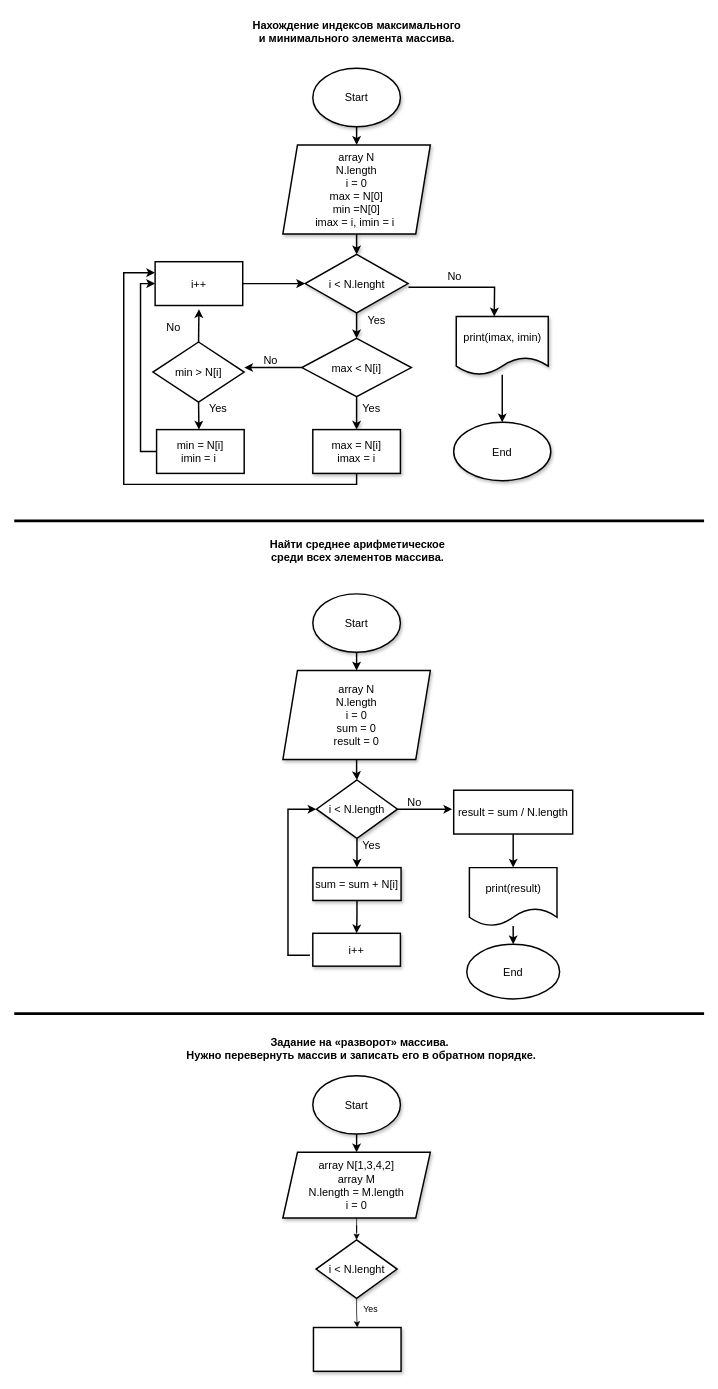
RuWebMan/My-diagram keeps this draw.io diagram as ДЗ№2.drawio. Above is the earlier version. Source tidied: cells renumbered, new cells numbered last; positions are measured from the earlier drawing's top-left corner, leaving out a move shared by most shapes. Both pictures are drawn from the tidied source at 73%, with x=0, y=0 at pixel (14, 12).
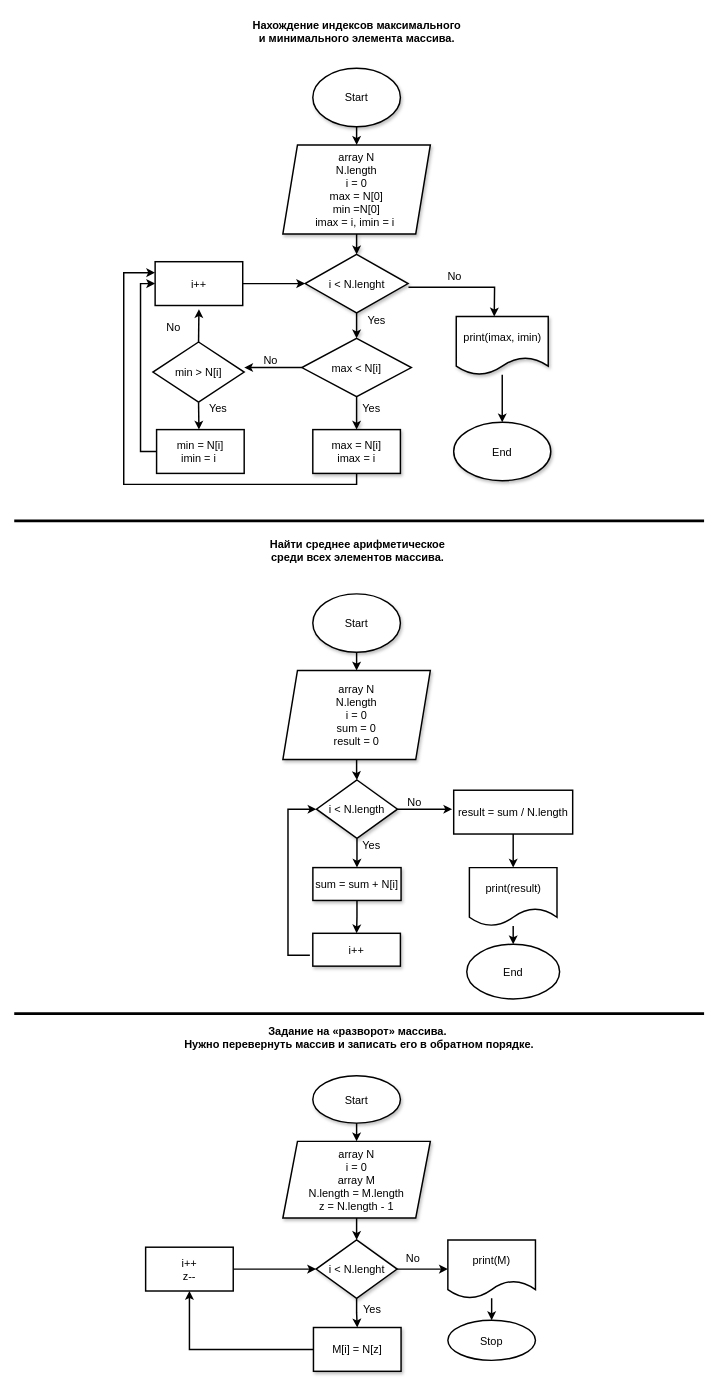
The same page after the edit.

Unchanged cells that the change refers to:
```xml
<mxCell id="58" value="i &amp;lt; N.lenght" style="rhombus;whiteSpace=wrap;html=1;fontSize=15;strokeWidth=2;shadow=1;rounded=0;labelBackgroundColor=none;" parent="1" vertex="1">
  <mxGeometry x="413.5" y="1681" width="111" height="80" as="geometry" />
</mxCell>
```

Change to the diagram source:
```diff
@@
     <mxCell id="52" value="&lt;font style=&quot;font-size: 15px;&quot;&gt;Задание на «разворот» массива.&lt;br style=&quot;font-size: 15px;&quot;&gt;&amp;nbsp;Нужно перевернуть массив и записать его в обратном порядке.&lt;/font&gt;" style="text;html=1;align=center;verticalAlign=middle;strokeColor=none;fillColor=none;fontStyle=1;fontSize=15;" parent="1" vertex="1">
-      <mxGeometry x="217.5" y="1396" width="510" height="45" as="geometry" />
+      <mxGeometry x="214.9" y="1381" width="510" height="45" as="geometry" />
     </mxCell>
     <mxCell id="53" value="&lt;font style=&quot;font-size: 15px;&quot;&gt;Start&lt;/font&gt;" style="ellipse;whiteSpace=wrap;html=1;strokeWidth=2;fontSize=15;shadow=1;rounded=0;labelBackgroundColor=none;" parent="1" vertex="1">
-      <mxGeometry x="409" y="1456" width="120" height="80" as="geometry" />
+      <mxGeometry x="409" y="1456" width="120" height="65" as="geometry" />
     </mxCell>
-    <mxCell id="54" style="edgeStyle=orthogonalEdgeStyle;rounded=0;jettySize=auto;html=1;" parent="1" edge="1" source="55" target="58">
+    <mxCell id="54" style="edgeStyle=orthogonalEdgeStyle;rounded=0;jettySize=auto;html=1;strokeWidth=2;fontSize=15;" parent="1" edge="1" source="55" target="58">
       <mxGeometry relative="1" as="geometry" />
     </mxCell>
-    <mxCell id="55" value="array N[1,3,4,2]&lt;br&gt;array M&lt;br style=&quot;font-size: 15px;&quot;&gt;N.length = M.length&lt;br style=&quot;font-size: 15px;&quot;&gt;i = 0&lt;br style=&quot;font-size: 15px;&quot;&gt;" style="shape=parallelogram;perimeter=parallelogramPerimeter;whiteSpace=wrap;html=1;fixedSize=1;strokeWidth=2;fontSize=15;shadow=1;rounded=0;labelBackgroundColor=none;" parent="1" vertex="1">
-      <mxGeometry x="368" y="1561" width="202" height="90" as="geometry" />
+    <mxCell id="55" value="array N&lt;br style=&quot;font-size: 15px;&quot;&gt;i = 0&lt;br style=&quot;font-size: 15px;&quot;&gt;array M&lt;br style=&quot;font-size: 15px;&quot;&gt;N.length = M.length&lt;br style=&quot;font-size: 15px;&quot;&gt;z = N.length - 1" style="shape=parallelogram;perimeter=parallelogramPerimeter;whiteSpace=wrap;html=1;fixedSize=1;strokeWidth=2;fontSize=15;shadow=1;rounded=0;labelBackgroundColor=none;" parent="1" vertex="1">
+      <mxGeometry x="368" y="1546" width="202" height="105" as="geometry" />
     </mxCell>
@@
-    <mxCell id="57" style="edgeStyle=orthogonalEdgeStyle;rounded=0;jettySize=auto;html=1;" parent="1" edge="1" source="58" target="59">
+    <mxCell id="57" style="edgeStyle=orthogonalEdgeStyle;rounded=0;jettySize=auto;html=1;strokeWidth=2;fontSize=15;" parent="1" edge="1" source="58" target="59">
       <mxGeometry relative="1" as="geometry" />
     </mxCell>
+    <mxCell id="61" style="edgeStyle=orthogonalEdgeStyle;rounded=0;jettySize=auto;html=1;exitX=1;exitY=0.5;exitDx=0;exitDy=0;strokeWidth=2;fontSize=15;entryX=0;entryY=0.5;entryDx=0;entryDy=0;" parent="1" edge="1" source="58" target="67">
+      <mxGeometry relative="1" as="geometry" />
+    </mxCell>
@@
+    <mxCell id="62" style="edgeStyle=orthogonalEdgeStyle;rounded=0;jettySize=auto;html=1;strokeWidth=2;fontSize=15;entryX=0.5;entryY=1;entryDx=0;entryDy=0;" parent="1" edge="1" source="59" target="64">
+      <mxGeometry relative="1" as="geometry" />
+    </mxCell>
-    <mxCell id="59" style="whiteSpace=wrap;html=1;fontSize=15;strokeWidth=2;shadow=1;rounded=0;labelBackgroundColor=none;" parent="1" vertex="1">
+    <mxCell id="59" value="M[i] = N[z]" style="whiteSpace=wrap;html=1;fontSize=15;strokeWidth=2;shadow=1;rounded=0;labelBackgroundColor=none;" parent="1" vertex="1">
       <mxGeometry x="409.9" y="1801" width="120" height="60" as="geometry" />
     </mxCell>
-    <mxCell id="60" value="Yes" style="text;html=1;align=center;verticalAlign=middle;strokeColor=none;fillColor=none;" parent="1" vertex="1">
-      <mxGeometry x="465.5" y="1761" width="45" height="30" as="geometry" />
+    <mxCell id="60" value="Yes" style="text;html=1;align=center;verticalAlign=middle;strokeColor=none;fillColor=none;strokeWidth=2;fontSize=15;" parent="1" vertex="1">
+      <mxGeometry x="459.5" y="1761" width="60" height="30" as="geometry" />
     </mxCell>
+    <mxCell id="63" style="edgeStyle=orthogonalEdgeStyle;rounded=0;jettySize=auto;html=1;entryX=0;entryY=0.5;entryDx=0;entryDy=0;strokeWidth=2;fontSize=15;" parent="1" edge="1" source="64" target="58">
+      <mxGeometry relative="1" as="geometry" />
+    </mxCell>
+    <mxCell id="64" value="i++&lt;br style=&quot;font-size: 15px;&quot;&gt;z--" style="rounded=0;whiteSpace=wrap;html=1;strokeWidth=2;fontSize=15;" parent="1" vertex="1">
+      <mxGeometry x="180" y="1691" width="120" height="60" as="geometry" />
+    </mxCell>
+    <mxCell id="65" value="No" style="text;html=1;align=center;verticalAlign=middle;strokeColor=none;fillColor=none;strokeWidth=2;fontSize=15;" parent="1" vertex="1">
+      <mxGeometry x="523" y="1691" width="45" height="30" as="geometry" />
+    </mxCell>
+    <mxCell id="66" style="edgeStyle=orthogonalEdgeStyle;rounded=0;jettySize=auto;html=1;strokeWidth=2;fontSize=15;entryX=0.5;entryY=0;entryDx=0;entryDy=0;" parent="1" edge="1" source="67" target="68">
+      <mxGeometry relative="1" as="geometry" />
+    </mxCell>
+    <mxCell id="67" value="print(M)" style="shape=document;whiteSpace=wrap;html=1;boundedLbl=1;strokeWidth=2;fontSize=15;" parent="1" vertex="1">
+      <mxGeometry x="594" y="1681" width="120" height="80" as="geometry" />
+    </mxCell>
+    <mxCell id="68" value="Stop" style="ellipse;whiteSpace=wrap;html=1;strokeWidth=2;fontSize=15;" parent="1" vertex="1">
+      <mxGeometry x="594" y="1791" width="120" height="55" as="geometry" />
+    </mxCell>
```
